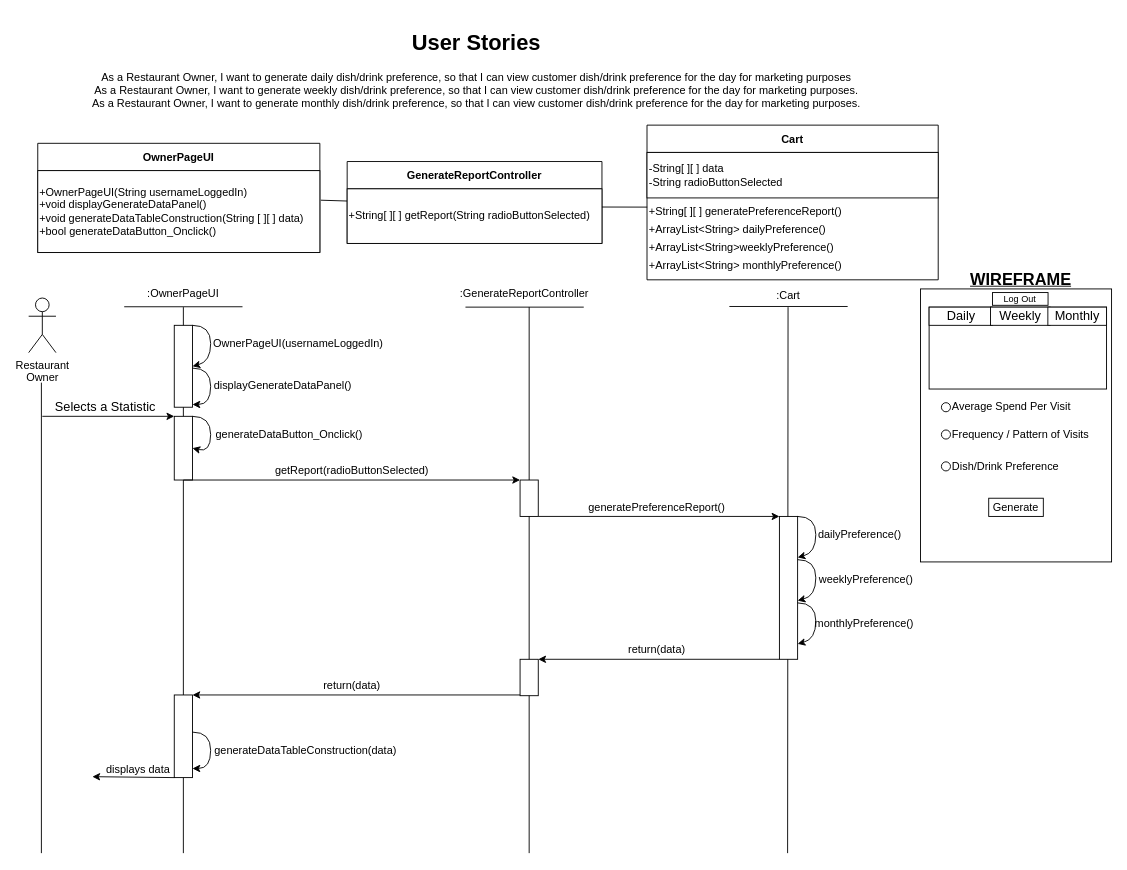
The draw.io diagram BCE_UML_and_Diagrams/RestaurantOwner/RestaurantOwner_Preference_#43_44_45.drawio in extred5700/JAVAGUI-Restaurant-Table-Order-System, before the edit. Source tidied: cells renumbered, new cells numbered last; positions are measured from the earlier drawing's top-left corner, leaving out a move shared by most shapes. Both pictures are drawn from the tidied source at 91%, with x=0, y=0 at pixel (28, 25).
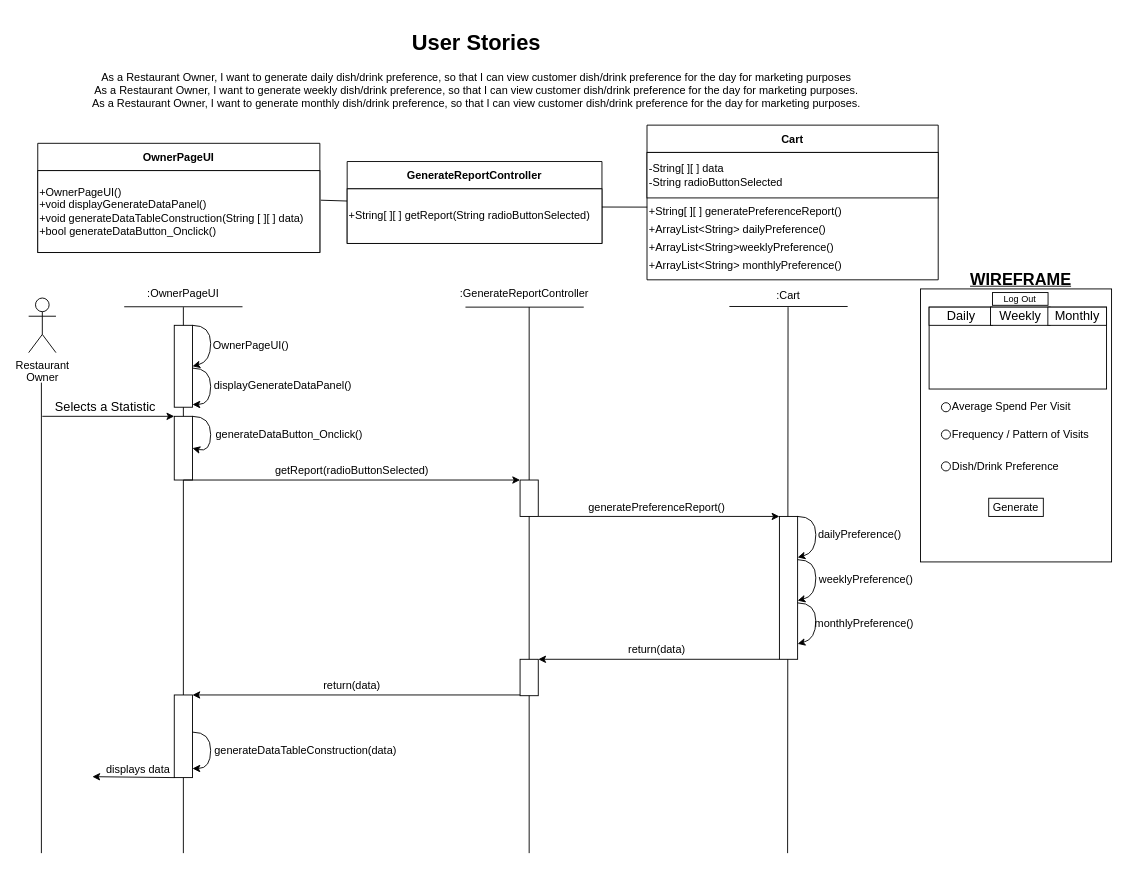
The same diagram, later.

Commit message (it also covers changes not shown here):
Fixed Restaurant Owner (Consistency)

The change refers to these unchanged cells:
```xml
<mxCell id="2" value="OwnerPageUI" style="swimlane;startSize=30;" parent="1" vertex="1">
  <mxGeometry x="10" y="130" width="310" height="120" as="geometry" />
</mxCell>
```

Diff of the diagram source:
```diff
@@
-    <mxCell id="3" value="+OwnerPageUI(String usernameLoggedIn)&lt;br&gt;+void displayGenerateDataPanel()&lt;br&gt;+void generateDataTableConstruction(String [ ][ ] data)&lt;br&gt;+bool generateDataButton_Onclick()&lt;span&gt;&lt;br&gt;&lt;/span&gt;" style="whiteSpace=wrap;html=1;align=left;" parent="2" vertex="1">
+    <mxCell id="3" value="+OwnerPageUI()&lt;br&gt;+void displayGenerateDataPanel()&lt;br&gt;+void generateDataTableConstruction(String [ ][ ] data)&lt;br&gt;+bool generateDataButton_Onclick()&lt;span&gt;&lt;br&gt;&lt;/span&gt;" style="whiteSpace=wrap;html=1;align=left;" parent="2" vertex="1">
       <mxGeometry y="30" width="310" height="90" as="geometry" />
     </mxCell>
@@
-    <mxCell id="25" value="OwnerPageUI(usernameLoggedIn)" style="text;html=1;align=center;verticalAlign=middle;strokeColor=none;fillColor=none;" parent="1" vertex="1">
-      <mxGeometry x="196" y="340" width="200" height="20" as="geometry" />
+    <mxCell id="25" value="OwnerPageUI()" style="text;html=1;align=center;verticalAlign=middle;strokeColor=none;fillColor=none;" parent="1" vertex="1">
+      <mxGeometry x="194" y="343" width="100" height="20" as="geometry" />
     </mxCell>
```
